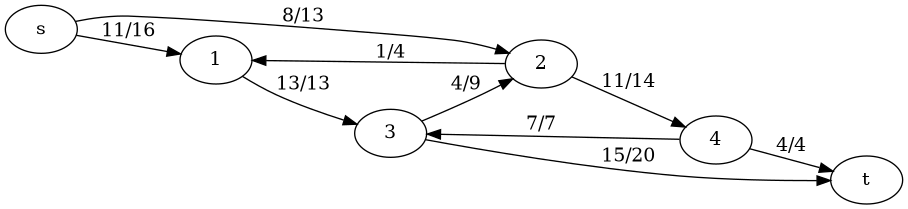
The Graphviz diagram images/max_flow_01.png in ClemensFMN/Journal, before a commit. Its source is kept beside it as images/max_flow_01.dot. Source of this version:
```dot
digraph BST {
rankdir="LR";

s -> 1[label="11/16"];
s -> 2[label="8/13"];

1 -> 3[label="13/13"];

2 -> 1[label="1/4"];
2 -> 4[label="11/14"];

3 -> 2[label="4/9"];
3 -> t[label="15/20"];

4 -> 3[label="7/7"];
4 -> t[label="4/4"];

}
```
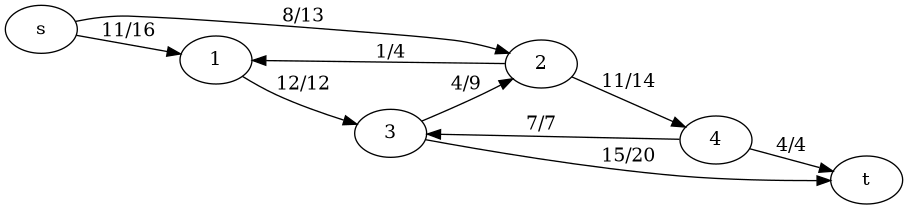
The same file after the commit.

Commit message:
max-flow, cont'd

The edit, as a diff of the source:
```diff
@@ -4,7 +4,7 @@
 s -> 1[label="11/16"];
 s -> 2[label="8/13"];
 
-1 -> 3[label="13/13"];
+1 -> 3[label="12/12"];
 
 2 -> 1[label="1/4"];
 2 -> 4[label="11/14"];
```
